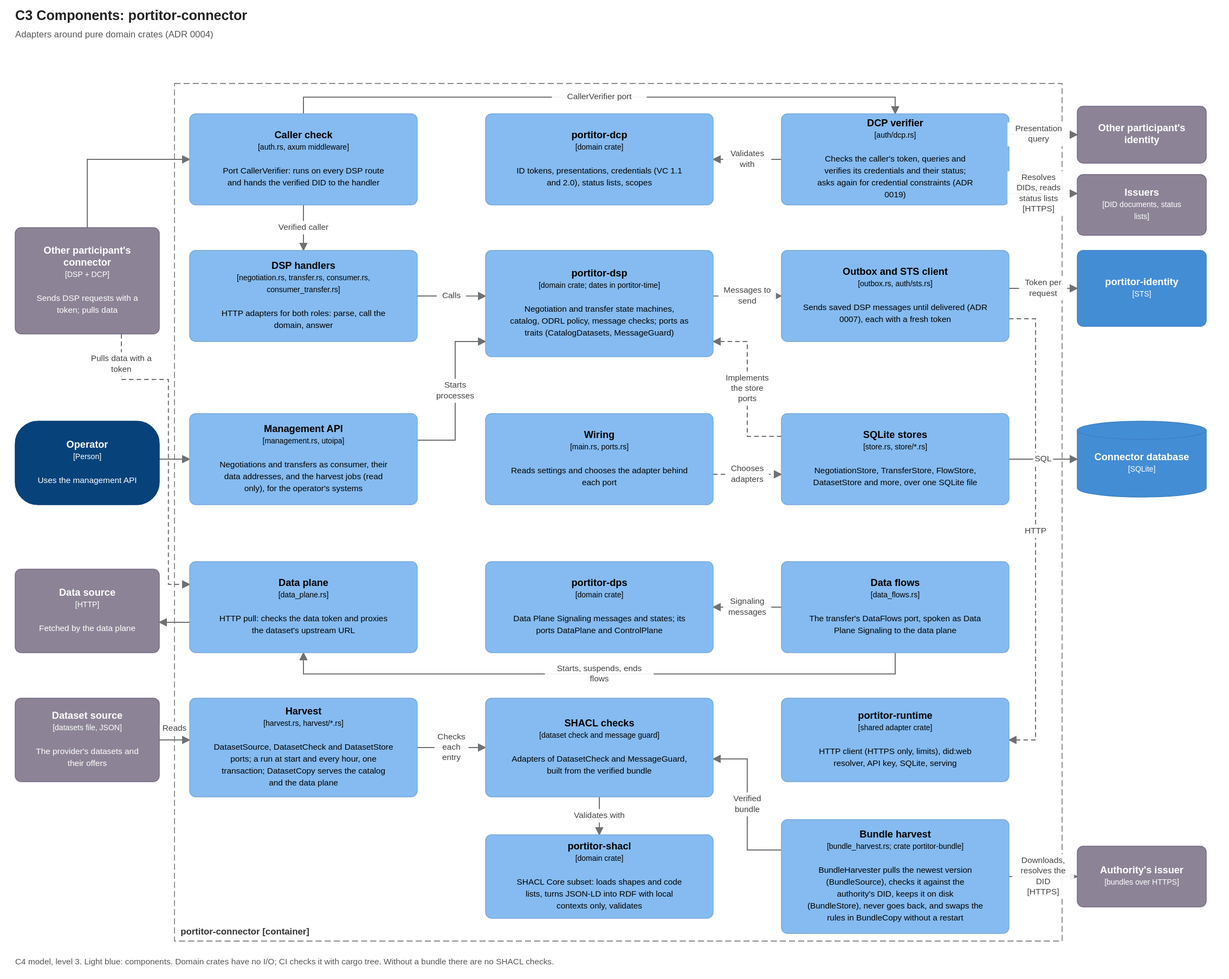
Earlier version of the draw.io export docs/diagrams/c3-connector-components.drawio.svg (brunopacheco1/portitor). Source tidied: cells renumbered, new cells last; positions are measured from the earlier drawing's top-left corner, leaving out a move shared by most shapes.
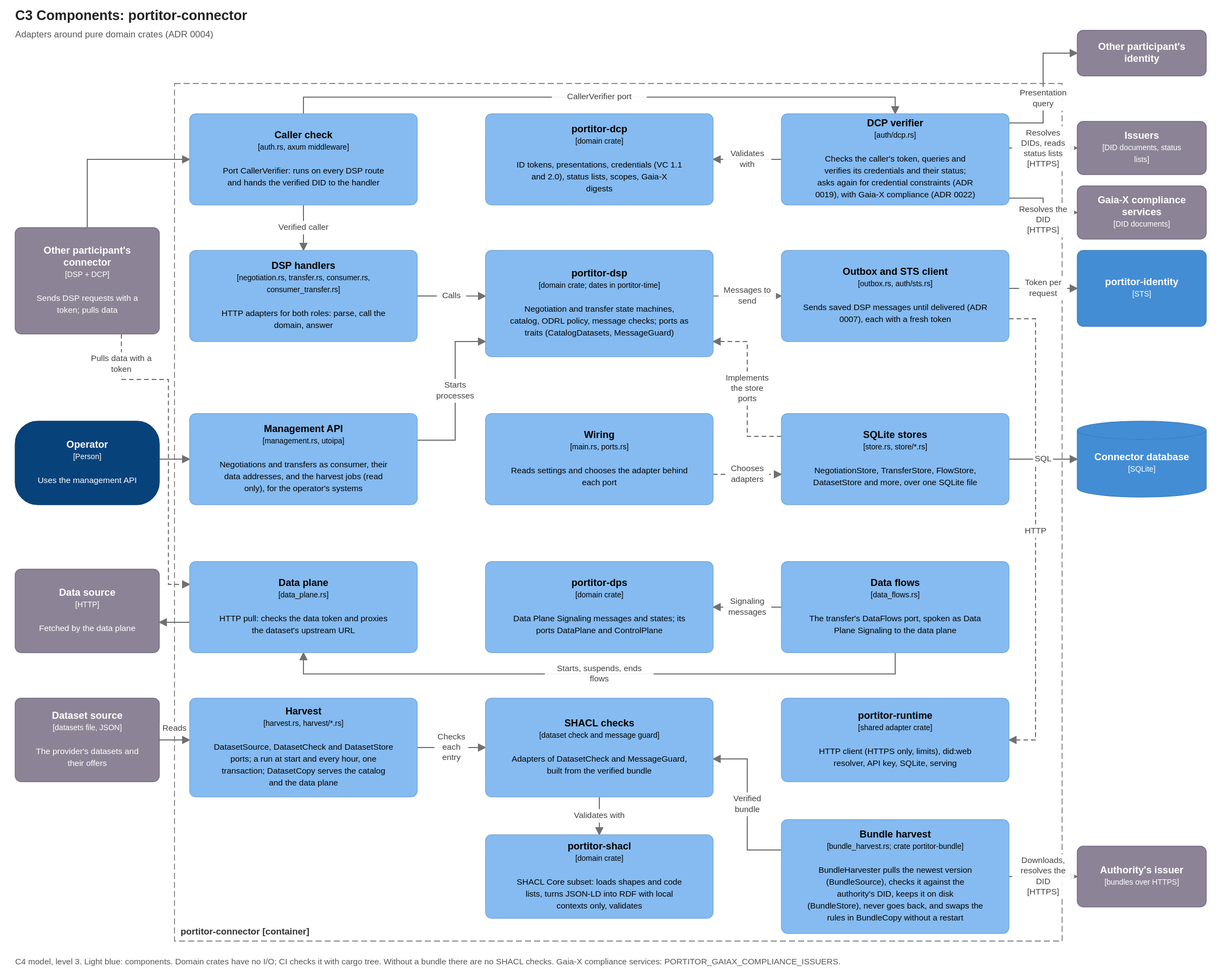
Above is the later version.

Commit message:
Docs: draw the 0.8 Gaia-X pieces in the C4 diagrams

What changed in the source:
```diff
@@ -32,13 +32,13 @@
     <mxCell id="11" value="&lt;b&gt;portitor-dps&lt;/b&gt;&lt;br&gt;&lt;font style=&quot;font-size:10px&quot;&gt;[domain crate]&lt;/font&gt;&lt;br&gt;&lt;br&gt;&lt;font style=&quot;font-size:11px&quot;&gt;Data Plane Signaling messages and states; its ports DataPlane and ControlPlane&lt;/font&gt;" style="rounded=1;arcSize=8;whiteSpace=wrap;html=1;fillColor=#85BBF0;strokeColor=#78A8D8;fontColor=#000000;fontSize=13;align=center;verticalAlign=middle;c4Kind=component;c4Name=portitor-dps;" parent="1" vertex="1">
       <mxGeometry x="620" y="630" width="300" height="120" as="geometry" />
     </mxCell>
-    <mxCell id="12" value="&lt;b&gt;portitor-dcp&lt;/b&gt;&lt;br&gt;&lt;font style=&quot;font-size:10px&quot;&gt;[domain crate]&lt;/font&gt;&lt;br&gt;&lt;br&gt;&lt;font style=&quot;font-size:11px&quot;&gt;ID tokens, presentations, credentials (VC 1.1 and 2.0), status lists, scopes&lt;/font&gt;" style="rounded=1;arcSize=8;whiteSpace=wrap;html=1;fillColor=#85BBF0;strokeColor=#78A8D8;fontColor=#000000;fontSize=13;align=center;verticalAlign=middle;c4Kind=component;c4Name=portitor-dcp;" parent="1" vertex="1">
+    <mxCell id="12" value="&lt;b&gt;portitor-dcp&lt;/b&gt;&lt;br&gt;&lt;font style=&quot;font-size:10px&quot;&gt;[domain crate]&lt;/font&gt;&lt;br&gt;&lt;br&gt;&lt;font style=&quot;font-size:11px&quot;&gt;ID tokens, presentations, credentials (VC 1.1 and 2.0), status lists, scopes, Gaia-X digests&lt;/font&gt;" style="rounded=1;arcSize=8;whiteSpace=wrap;html=1;fillColor=#85BBF0;strokeColor=#78A8D8;fontColor=#000000;fontSize=13;align=center;verticalAlign=middle;c4Kind=component;c4Name=portitor-dcp;" parent="1" vertex="1">
       <mxGeometry x="620" y="40" width="300" height="120" as="geometry" />
     </mxCell>
     <mxCell id="13" value="&lt;b&gt;Wiring&lt;/b&gt;&lt;br&gt;&lt;font style=&quot;font-size:10px&quot;&gt;[main.rs, ports.rs]&lt;/font&gt;&lt;br&gt;&lt;br&gt;&lt;font style=&quot;font-size:11px&quot;&gt;Reads settings and chooses the adapter behind each port&lt;/font&gt;" style="rounded=1;arcSize=8;whiteSpace=wrap;html=1;fillColor=#85BBF0;strokeColor=#78A8D8;fontColor=#000000;fontSize=13;align=center;verticalAlign=middle;c4Kind=component;c4Name=Wiring;" parent="1" vertex="1">
       <mxGeometry x="620" y="435" width="300" height="120" as="geometry" />
     </mxCell>
-    <mxCell id="14" value="&lt;b&gt;DCP verifier&lt;/b&gt;&lt;br&gt;&lt;font style=&quot;font-size:10px&quot;&gt;[auth/dcp.rs]&lt;/font&gt;&lt;br&gt;&lt;br&gt;&lt;font style=&quot;font-size:11px&quot;&gt;Checks the caller&amp;#x27;s token, queries and verifies its credentials and their status; asks again for credential constraints (ADR 0019)&lt;/font&gt;" style="rounded=1;arcSize=8;whiteSpace=wrap;html=1;fillColor=#85BBF0;strokeColor=#78A8D8;fontColor=#000000;fontSize=13;align=center;verticalAlign=middle;c4Kind=component;c4Name=DCP verifier;" parent="1" vertex="1">
+    <mxCell id="14" value="&lt;b&gt;DCP verifier&lt;/b&gt;&lt;br&gt;&lt;font style=&quot;font-size:10px&quot;&gt;[auth/dcp.rs]&lt;/font&gt;&lt;br&gt;&lt;br&gt;&lt;font style=&quot;font-size:11px&quot;&gt;Checks the caller&amp;#x27;s token, queries and verifies its credentials and their status; asks again for credential constraints (ADR 0019), with Gaia-X compliance (ADR 0022)&lt;/font&gt;" style="rounded=1;arcSize=8;whiteSpace=wrap;html=1;fillColor=#85BBF0;strokeColor=#78A8D8;fontColor=#000000;fontSize=13;align=center;verticalAlign=middle;c4Kind=component;c4Name=DCP verifier;" parent="1" vertex="1">
       <mxGeometry x="1010" y="40" width="300" height="120" as="geometry" />
     </mxCell>
     <mxCell id="15" value="&lt;b&gt;Outbox and STS client&lt;/b&gt;&lt;br&gt;&lt;font style=&quot;font-size:10px&quot;&gt;[outbox.rs, auth/sts.rs]&lt;/font&gt;&lt;br&gt;&lt;br&gt;&lt;font style=&quot;font-size:11px&quot;&gt;Sends saved DSP messages until delivered (ADR 0007), each with a fresh token&lt;/font&gt;" style="rounded=1;arcSize=8;whiteSpace=wrap;html=1;fillColor=#85BBF0;strokeColor=#78A8D8;fontColor=#000000;fontSize=13;align=center;verticalAlign=middle;c4Kind=component;c4Name=Outbox and STS client;" parent="1" vertex="1">
@@ -60,7 +60,7 @@
       <mxGeometry x="1400" y="220" width="170" height="100" as="geometry" />
     </mxCell>
     <mxCell id="21" value="&lt;b&gt;Other participant&amp;#x27;s identity&lt;/b&gt;" style="rounded=1;arcSize=8;whiteSpace=wrap;html=1;fillColor=#8C8496;strokeColor=#736782;fontColor=#FFFFFF;fontSize=13;align=center;verticalAlign=middle;c4Kind=external;c4Name=Other participant's identity;" parent="1" vertex="1">
-      <mxGeometry x="1400" y="30" width="170" height="75" as="geometry" />
+      <mxGeometry x="1400" y="-70" width="170" height="60" as="geometry" />
     </mxCell>
     <mxCell id="22" style="endArrow=blockThin;endFill=1;html=1;rounded=0;strokeColor=#707070;fontSize=11;fontColor=#404040;labelBackgroundColor=#FFFFFF;exitX=0.500;exitY=0.000;exitPerimeter=0;entryX=0.000;entryY=0.500;entryPerimeter=0;" parent="1" edge="1" source="3" target="6">
       <mxGeometry relative="1" as="geometry">
@@ -83,8 +83,13 @@
     <mxCell id="25" value="Validates with" style="endArrow=blockThin;endFill=1;html=1;rounded=0;strokeColor=#707070;fontSize=11;fontColor=#404040;labelBackgroundColor=#FFFFFF;exitX=0.000;exitY=0.500;exitPerimeter=0;entryX=1.000;entryY=0.500;entryPerimeter=0;" parent="1" edge="1" source="14" target="12">
       <mxGeometry relative="1" as="geometry" />
     </mxCell>
-    <mxCell id="26" value="Presentation query" style="endArrow=blockThin;endFill=1;html=1;rounded=0;strokeColor=#707070;fontSize=11;fontColor=#404040;labelBackgroundColor=#FFFFFF;exitX=1.000;exitY=0.225;exitPerimeter=0;entryX=0.000;entryY=0.500;entryPerimeter=0;" parent="1" edge="1" source="14" target="21">
-      <mxGeometry relative="1" as="geometry" />
+    <mxCell id="26" value="Presentation query" style="endArrow=blockThin;endFill=1;html=1;rounded=0;strokeColor=#707070;fontSize=11;fontColor=#404040;labelBackgroundColor=#FFFFFF;exitX=1.000;exitY=0.100;exitPerimeter=0;entryX=0.000;entryY=0.500;entryPerimeter=0;" parent="1" edge="1" source="14" target="21">
+      <mxGeometry relative="1" as="geometry">
+        <Array as="points">
+          <mxPoint x="1355" y="52" />
+          <mxPoint x="1355" y="-40" />
+        </Array>
+      </mxGeometry>
     </mxCell>
     <mxCell id="27" value="Calls" style="endArrow=blockThin;endFill=1;html=1;rounded=0;strokeColor=#707070;fontSize=11;fontColor=#404040;labelBackgroundColor=#FFFFFF;exitX=1.000;exitY=0.500;exitPerimeter=0;entryX=0.000;entryY=0.429;entryPerimeter=0;" parent="1" edge="1" source="7" target="10">
       <mxGeometry relative="1" as="geometry" />
@@ -152,9 +157,9 @@
       </mxGeometry>
     </mxCell>
     <mxCell id="40" value="&lt;b&gt;Issuers&lt;/b&gt;&lt;br&gt;&lt;font style=&quot;font-size:10px&quot;&gt;[DID documents, status lists]&lt;/font&gt;" style="rounded=1;arcSize=8;whiteSpace=wrap;html=1;fillColor=#8C8496;strokeColor=#736782;fontColor=#FFFFFF;fontSize=13;align=center;verticalAlign=middle;c4Kind=external;c4Name=Issuers;" parent="1" vertex="1">
-      <mxGeometry x="1400" y="120" width="170" height="80" as="geometry" />
+      <mxGeometry x="1400" y="50" width="170" height="70" as="geometry" />
     </mxCell>
-    <mxCell id="41" value="Resolves DIDs, reads status lists&#10;[HTTPS]" style="endArrow=blockThin;endFill=1;html=1;rounded=0;strokeColor=#707070;fontSize=11;fontColor=#404040;labelBackgroundColor=#FFFFFF;exitX=1.000;exitY=0.875;exitPerimeter=0;entryX=0.000;entryY=0.312;entryPerimeter=0;" parent="1" edge="1" source="14" target="40">
+    <mxCell id="41" value="Resolves DIDs, reads status lists&#10;[HTTPS]" style="endArrow=blockThin;endFill=1;html=1;rounded=0;strokeColor=#707070;fontSize=11;fontColor=#404040;labelBackgroundColor=#FFFFFF;exitX=1.000;exitY=0.375;exitPerimeter=0;entryX=0.000;entryY=0.500;entryPerimeter=0;" parent="1" edge="1" source="14" target="40">
       <mxGeometry relative="1" as="geometry" />
     </mxCell>
     <mxCell id="42" value="&lt;b&gt;Dataset source&lt;/b&gt;&lt;br&gt;&lt;font style=&quot;font-size:10px&quot;&gt;[datasets file, JSON]&lt;/font&gt;&lt;br&gt;&lt;br&gt;&lt;font style=&quot;font-size:11px&quot;&gt;The provider&amp;#x27;s datasets and their offers&lt;/font&gt;" style="rounded=1;arcSize=8;whiteSpace=wrap;html=1;fillColor=#8C8496;strokeColor=#736782;fontColor=#FFFFFF;fontSize=13;align=center;verticalAlign=middle;c4Kind=external;c4Name=Dataset source;" parent="1" vertex="1">
@@ -195,7 +200,18 @@
     <mxCell id="52" value="Downloads, resolves the DID&#10;[HTTPS]" style="endArrow=blockThin;endFill=1;html=1;rounded=0;strokeColor=#707070;fontSize=11;fontColor=#404040;labelBackgroundColor=#FFFFFF;exitX=1.000;exitY=0.500;exitPerimeter=0;entryX=0.000;entryY=0.500;entryPerimeter=0;" parent="1" edge="1" source="46" target="47">
       <mxGeometry relative="1" as="geometry" />
     </mxCell>
+    <mxCell id="54" value="&lt;b&gt;Gaia-X compliance services&lt;/b&gt;&lt;br&gt;&lt;font style=&quot;font-size:10px&quot;&gt;[DID documents]&lt;/font&gt;" style="rounded=1;arcSize=8;whiteSpace=wrap;html=1;fillColor=#8C8496;strokeColor=#736782;fontColor=#FFFFFF;fontSize=13;align=center;verticalAlign=middle;c4Kind=external;c4Name=Gaia-X compliance services;" parent="1" vertex="1">
+      <mxGeometry x="1400" y="135" width="170" height="70" as="geometry" />
+    </mxCell>
+    <mxCell id="55" value="Resolves the DID&#10;[HTTPS]" style="endArrow=blockThin;endFill=1;html=1;rounded=0;strokeColor=#707070;fontSize=11;fontColor=#404040;labelBackgroundColor=#FFFFFF;exitX=1.000;exitY=0.925;exitPerimeter=0;entryX=0.000;entryY=0.500;entryPerimeter=0;" parent="1" edge="1" source="14" target="54">
+      <mxGeometry relative="1" as="geometry">
+        <Array as="points">
+          <mxPoint x="1355" y="151" />
+          <mxPoint x="1355" y="170" />
+        </Array>
+      </mxGeometry>
+    </mxCell>
-    <mxCell id="53" value="C4 model, level 3. Light blue: components. Domain crates have no I/O; CI checks it with cargo tree. Without a bundle there are no SHACL checks." style="text;html=1;align=left;verticalAlign=top;fontSize=11;fontColor=#555555;whiteSpace=wrap;" parent="1" vertex="1">
+    <mxCell id="53" value="C4 model, level 3. Light blue: components. Domain crates have no I/O; CI checks it with cargo tree. Without a bundle there are no SHACL checks. Gaia-X compliance services: PORTITOR_GAIAX_COMPLIANCE_ISSUERS." style="text;html=1;align=left;verticalAlign=top;fontSize=11;fontColor=#555555;whiteSpace=wrap;" parent="1" vertex="1">
       <mxGeometry y="1140" width="1580" height="40" as="geometry" />
     </mxCell>
   </root>
```
